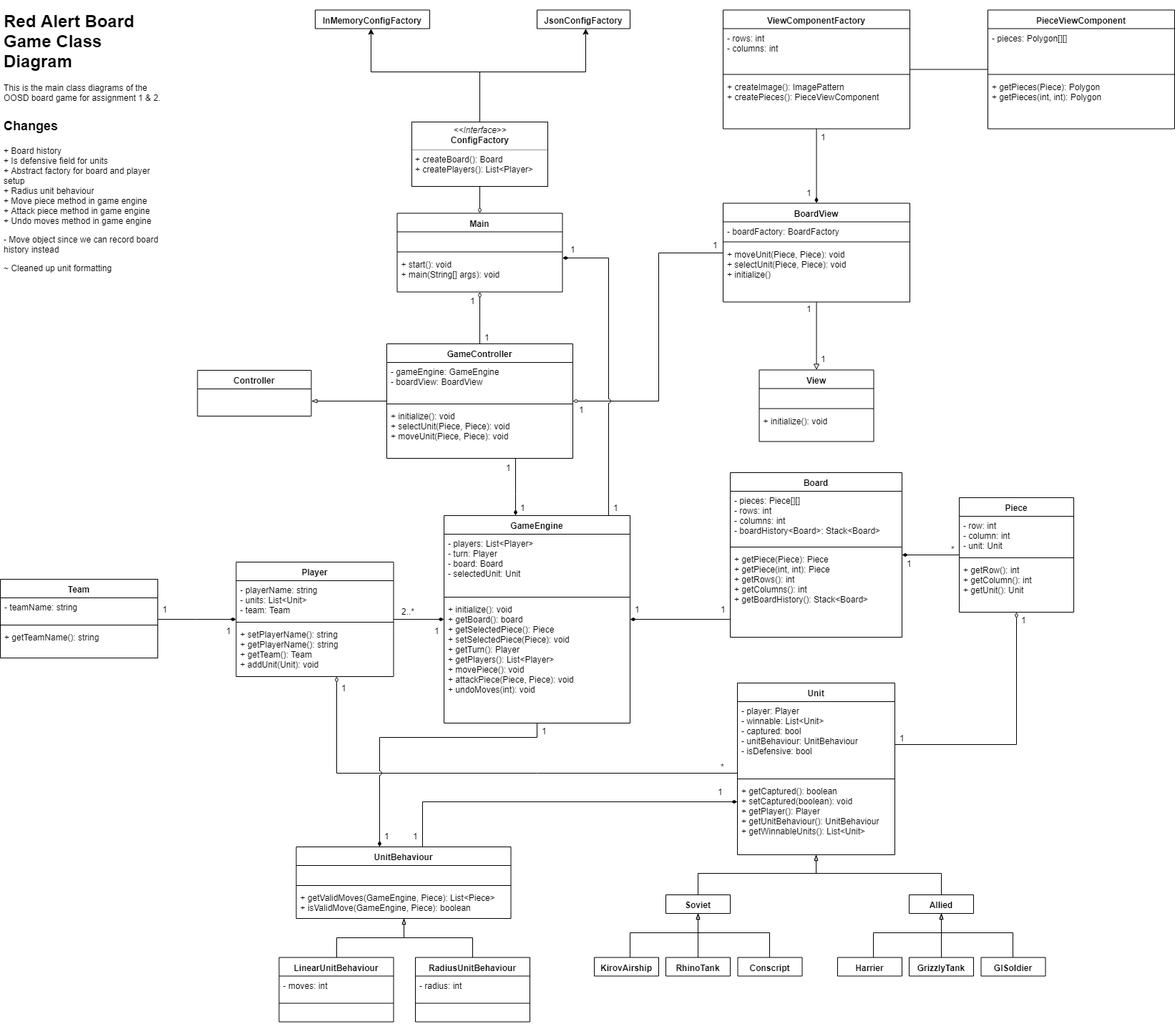
Above: diagrams/ClassDiagrams-V10.png in johnnyhuy/red-alert-2-board-game (draw.io), before the change. Source tidied: cells renumbered, new cells last; positions are measured from the earlier drawing's top-left corner, leaving out a move shared by most shapes.
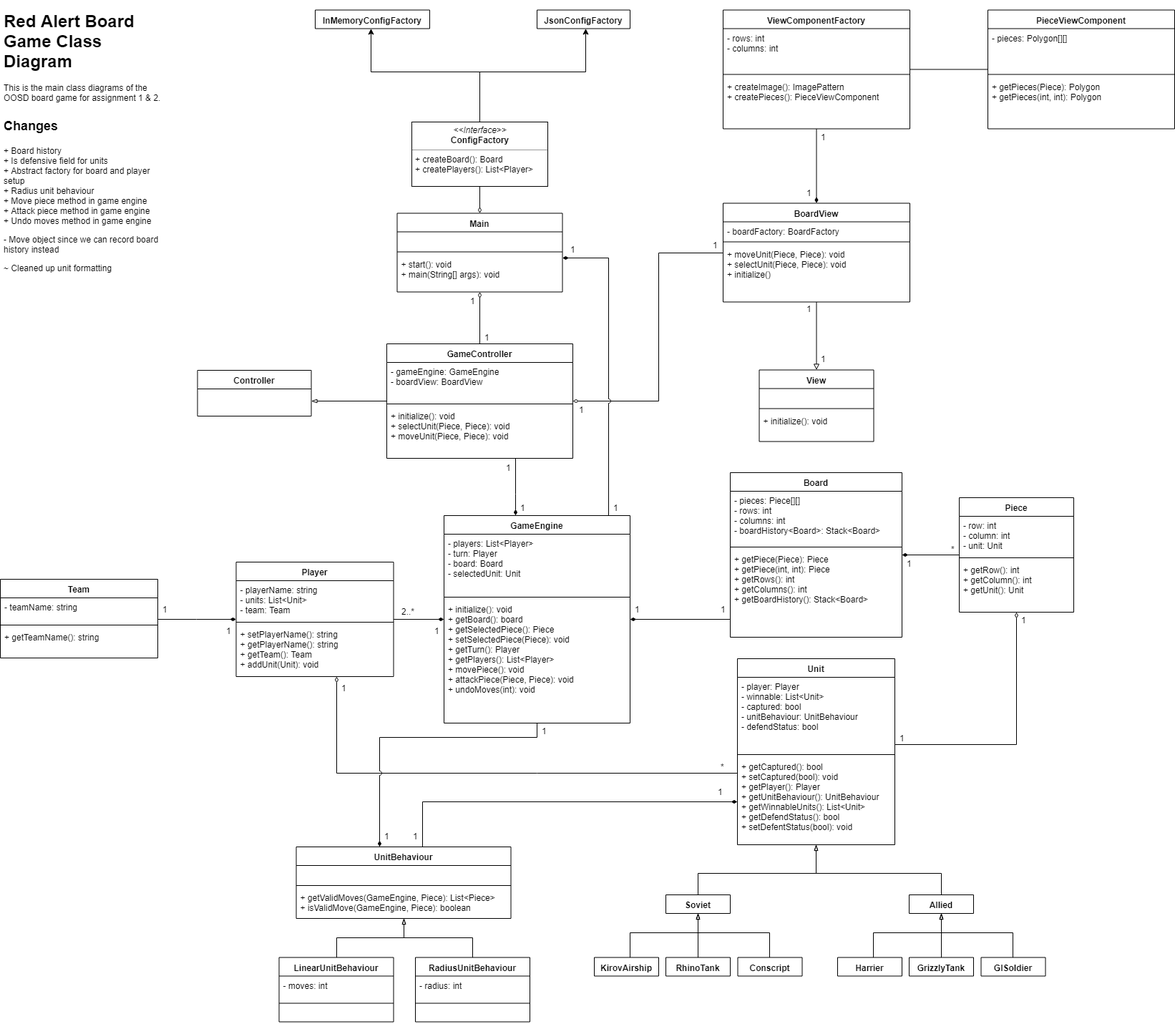
After the change.

Commit message:
Updated class diagram again.

The edit, as a diff of the source:
```diff
@@ -111,16 +111,16 @@
       </mxGeometry>
     </mxCell>
     <mxCell id="23" value="Unit" style="swimlane;fontStyle=1;align=center;verticalAlign=top;horizontal=1;startSize=26;" parent="1" vertex="1">
-      <mxGeometry x="1030" y="944" width="220" height="240" as="geometry" />
+      <mxGeometry x="1030" y="910" width="220" height="260" as="geometry" />
     </mxCell>
-    <mxCell id="24" value="- player: Player&#10;- winnable: List&lt;Unit&gt;&#10;- captured: bool&#10;- unitBehaviour: UnitBehaviour&#10;- isDefensive: bool" style="text;strokeColor=none;fillColor=none;align=left;verticalAlign=top;spacingLeft=4;spacingRight=4;overflow=hidden;" parent="23" vertex="1">
+    <mxCell id="24" value="- player: Player&#10;- winnable: List&lt;Unit&gt;&#10;- captured: bool&#10;- unitBehaviour: UnitBehaviour&#10;- defendStatus: bool&#10;" style="text;strokeColor=none;fillColor=none;align=left;verticalAlign=top;spacingLeft=4;spacingRight=4;overflow=hidden;" parent="23" vertex="1">
       <mxGeometry y="26" width="220" height="104" as="geometry" />
     </mxCell>
     <mxCell id="25" style="line;strokeWidth=1;fillColor=none;align=left;verticalAlign=middle;spacingTop=-1;spacingLeft=3;spacingRight=3;labelPosition=right;" parent="23" vertex="1">
       <mxGeometry y="130" width="220" height="8" as="geometry" />
     </mxCell>
-    <mxCell id="26" value="+ getCaptured(): boolean&#10;+ setCaptured(boolean): void&#10;+ getPlayer(): Player&#10;+ getUnitBehaviour(): UnitBehaviour&#10;+ getWinnableUnits(): List&lt;Unit&gt;" style="text;strokeColor=none;fillColor=none;align=left;verticalAlign=top;spacingLeft=4;spacingRight=4;overflow=hidden;" parent="23" vertex="1">
-      <mxGeometry y="138" width="220" height="102" as="geometry" />
+    <mxCell id="26" value="+ getCaptured(): bool&#10;+ setCaptured(bool): void&#10;+ getPlayer(): Player&#10;+ getUnitBehaviour(): UnitBehaviour&#10;+ getWinnableUnits(): List&lt;Unit&gt;&#10;+ getDefendStatus(): bool&#10;+ setDefentStatus(bool): void" style="text;strokeColor=none;fillColor=none;align=left;verticalAlign=top;spacingLeft=4;spacingRight=4;overflow=hidden;" parent="23" vertex="1">
+      <mxGeometry y="138" width="220" height="122" as="geometry" />
     </mxCell>
     <mxCell id="27" style="edgeStyle=orthogonalEdgeStyle;rounded=0;jumpStyle=arc;jettySize=auto;html=1;startArrow=none;startFill=0;endArrow=diamondThin;endFill=1;" parent="1" edge="1" source="30" target="78">
       <mxGeometry relative="1" as="geometry">
```
